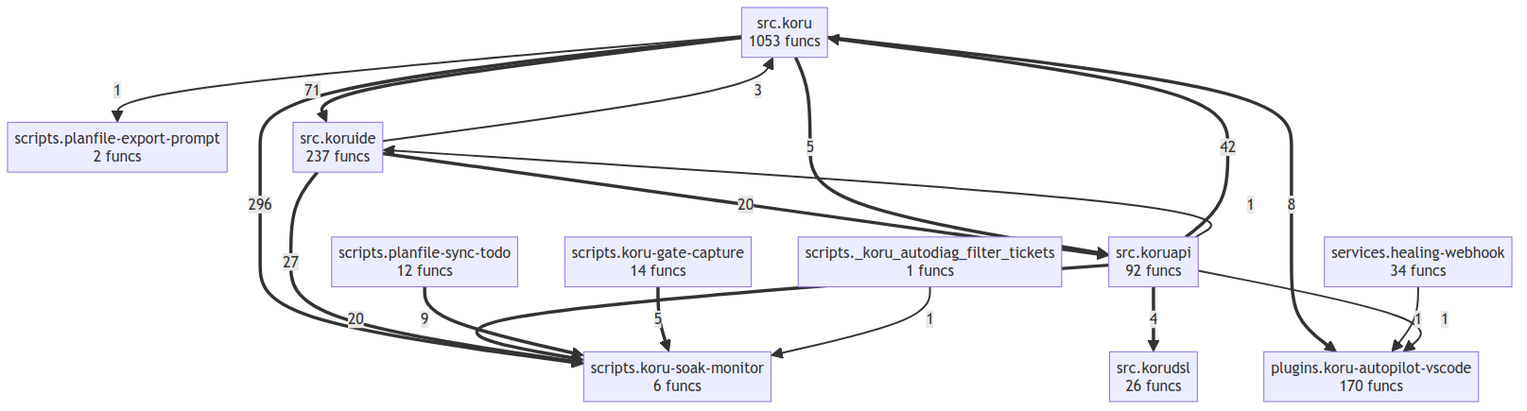
Above: project/compact_flow.png in semcod/koru (Mermaid), before the change. Its source is kept beside it as project/compact_flow.mmd.
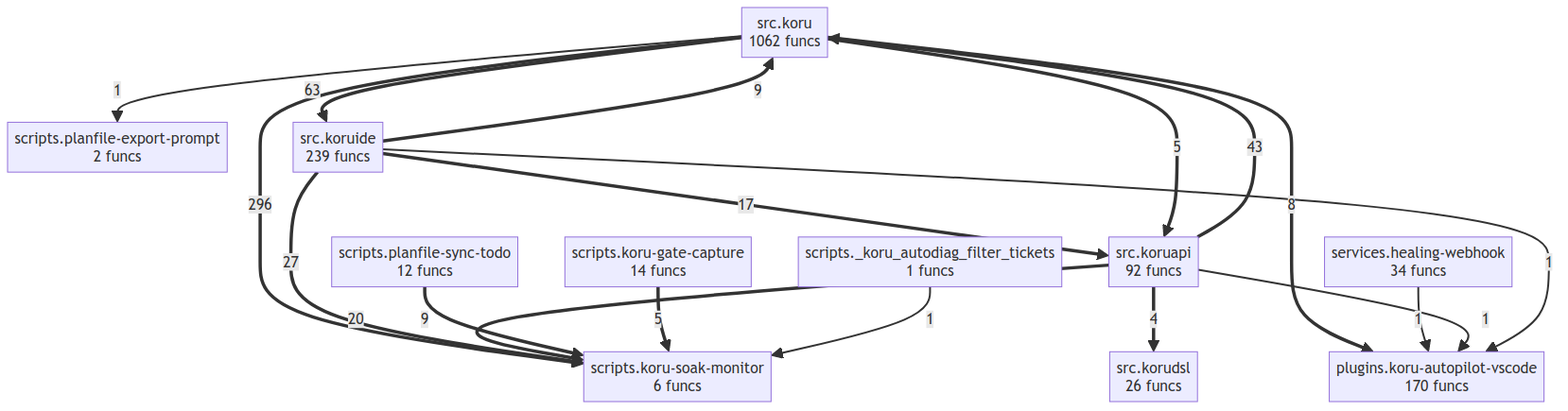
After the change.

What changed in the source:
```diff
@@ -6,24 +6,24 @@
     scripts__planfile_export_prompt["scripts.planfile-export-prompt<br/>2 funcs"]
     scripts__planfile_sync_todo["scripts.planfile-sync-todo<br/>12 funcs"]
     services__healing_webhook["services.healing-webhook<br/>34 funcs"]
-    src__koru["src.koru<br/>1053 funcs"]
+    src__koru["src.koru<br/>1062 funcs"]
     src__koruapi["src.koruapi<br/>92 funcs"]
     src__korudsl["src.korudsl<br/>26 funcs"]
-    src__koruide["src.koruide<br/>237 funcs"]
+    src__koruide["src.koruide<br/>239 funcs"]
     src__koru ==>|296| scripts__koru_soak_monitor
-    src__koru ==>|71| src__koruide
-    src__koruapi ==>|42| src__koru
+    src__koru ==>|63| src__koruide
+    src__koruapi ==>|43| src__koru
     src__koruide ==>|27| scripts__koru_soak_monitor
     src__koruapi ==>|20| scripts__koru_soak_monitor
-    src__koruide ==>|20| src__koruapi
+    src__koruide ==>|17| src__koruapi
+    src__koruide ==>|9| src__koru
     scripts__planfile_sync_todo ==>|9| scripts__koru_soak_monitor
     src__koru ==>|8| plugins__koru_autopilot_vscode
     src__koru ==>|5| src__koruapi
     scripts__koru_gate_capture ==>|5| scripts__koru_soak_monitor
     src__koruapi ==>|4| src__korudsl
-    src__koruide -->|3| src__koru
     services__healing_webhook -->|1| plugins__koru_autopilot_vscode
     src__koruapi -->|1| plugins__koru_autopilot_vscode
-    src__koruapi -->|1| src__koruide
     src__koru -->|1| scripts__planfile_export_prompt
     scripts___koru_autodiag_filter_tickets -->|1| scripts__koru_soak_monitor
+    src__koruide -->|1| plugins__koru_autopilot_vscode
```
